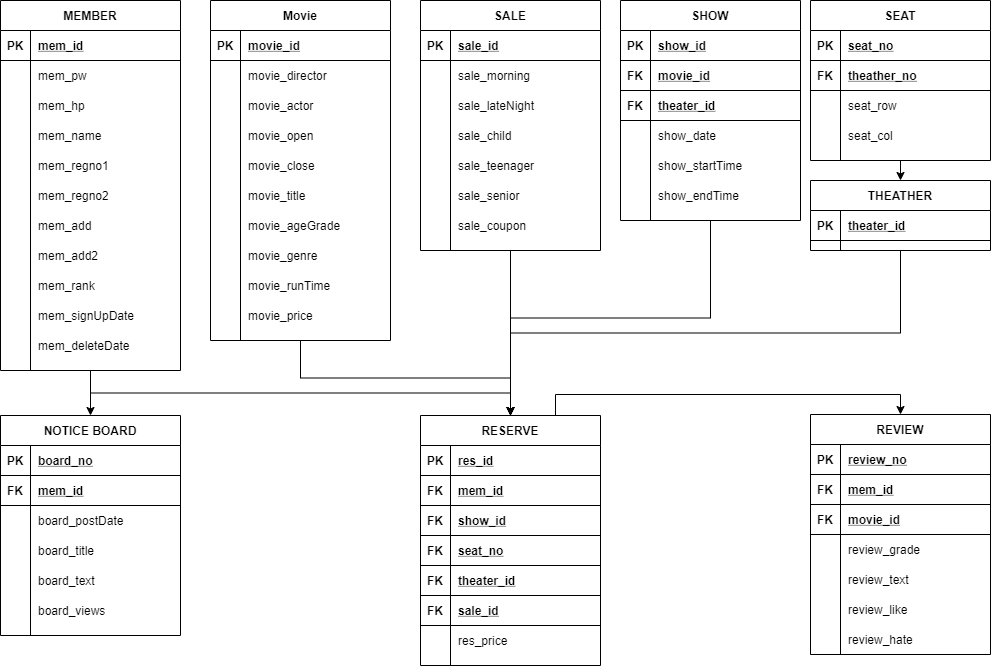
KOR-SHIN/basic_project keeps this draw.io diagram as DB Concept/theater_structure.png. Above is the earlier version. Source tidied: cells renumbered, new cells last; positions are measured from the earlier drawing's top-left corner, leaving out a move shared by most shapes.
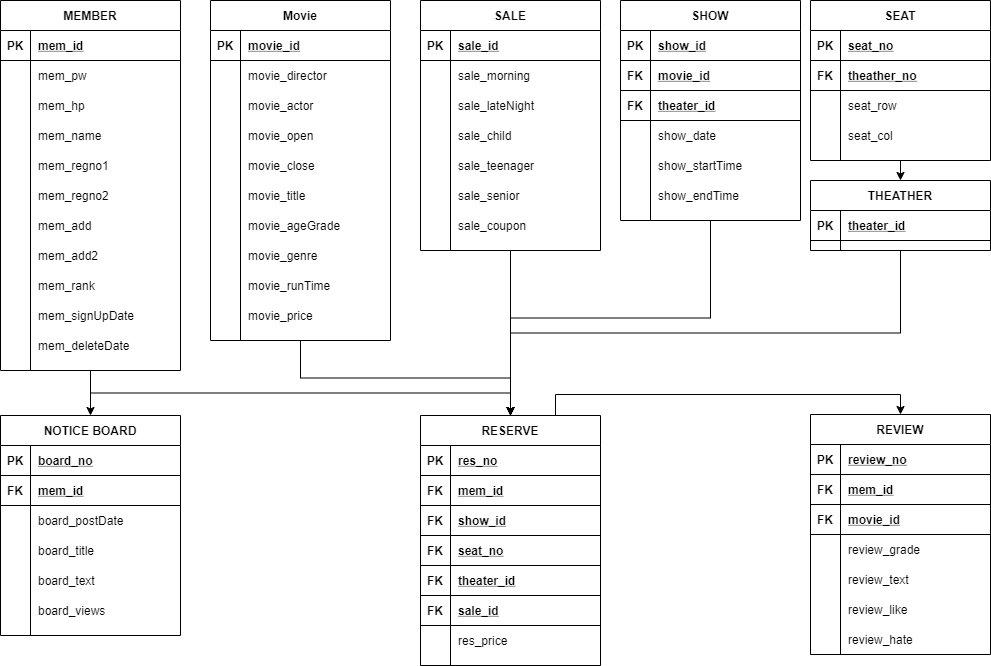
The same file after the commit.

Change to the diagram source:
```diff
@@ -20,7 +20,7 @@
     <mxCell id="7" value="PK" style="shape=partialRectangle;fillColor=none;top=0;left=0;bottom=0;right=0;fontStyle=1;overflow=hidden;" parent="6" vertex="1">
       <mxGeometry width="30" height="30" as="geometry" />
     </mxCell>
-    <mxCell id="8" value="res_id" style="shape=partialRectangle;fillColor=none;top=0;left=0;bottom=0;right=0;align=left;spacingLeft=6;fontStyle=5;overflow=hidden;" parent="6" vertex="1">
+    <mxCell id="8" value="res_no" style="shape=partialRectangle;fillColor=none;top=0;left=0;bottom=0;right=0;align=left;spacingLeft=6;fontStyle=5;overflow=hidden;" parent="6" vertex="1">
       <mxGeometry x="30" width="150" height="30" as="geometry" />
     </mxCell>
     <mxCell id="9" style="shape=partialRectangle;fillColor=none;top=0;left=0;bottom=1;right=0;" parent="5" vertex="1">
```
